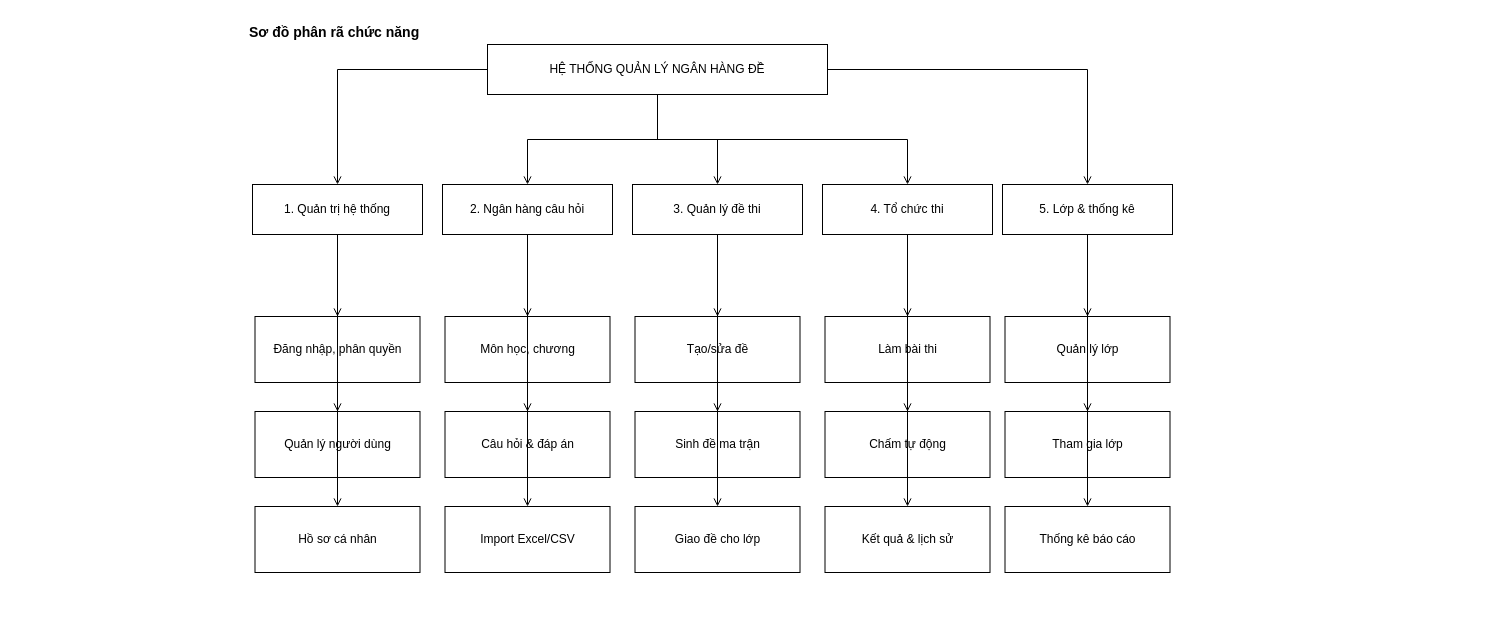
Earlier version of the draw.io diagram So_do_LVTN/02_So_do_phan_ra_chuc_nang.drawio (Librainterntolive/LVTN_NGANHANGDE). Source tidied: cells renumbered, new cells numbered last; positions are measured from the earlier drawing's top-left corner, leaving out a move shared by most shapes. Both pictures are drawn from the tidied source at 100%, with x=0, y=0 at pixel (247, 17).
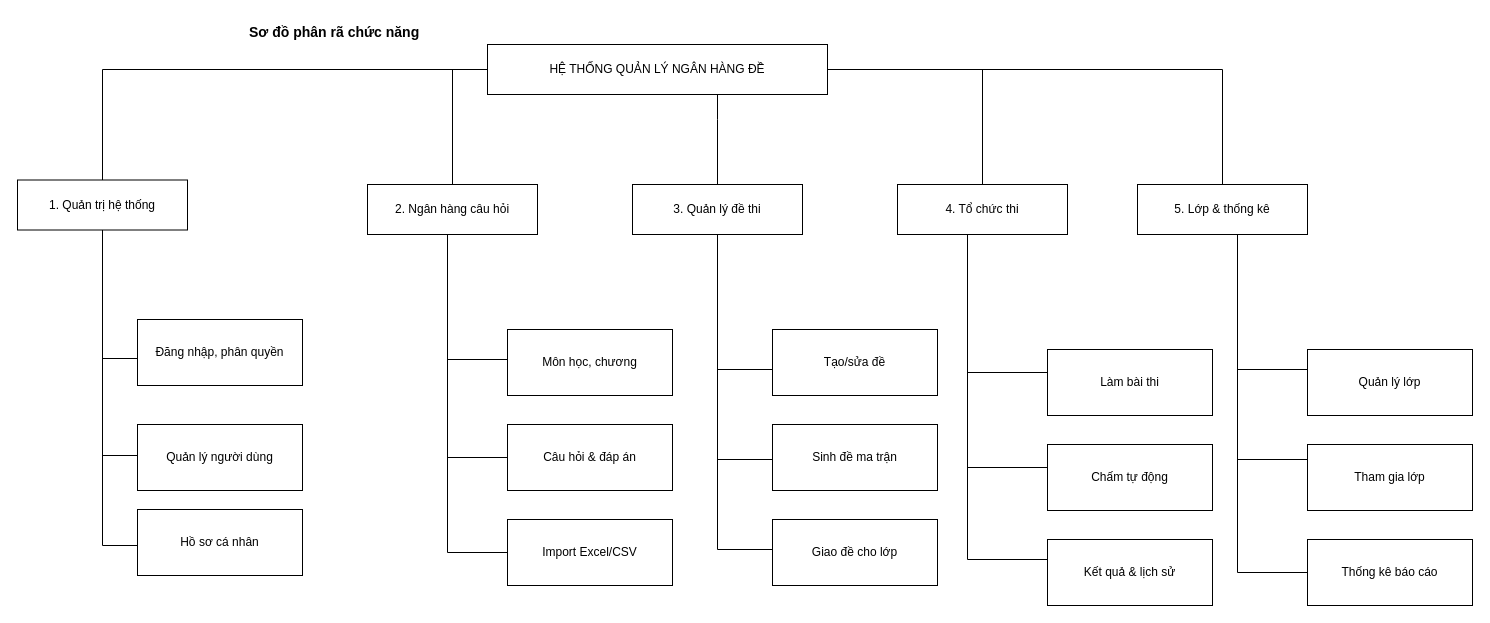
The same diagram, later.

The change refers to these unchanged cells:
```xml
<mxCell id="3" value="HỆ THỐNG QUẢN LÝ NGÂN HÀNG ĐỀ" style="rounded=0;whiteSpace=wrap;html=1;fillColor=none;" parent="1" vertex="1">
  <mxGeometry x="240" y="27" width="340" height="50" as="geometry" />
</mxCell>
<mxCell id="6" value="3. Quản lý đề thi" style="rounded=0;whiteSpace=wrap;html=1;fillColor=none;" parent="1" vertex="1">
  <mxGeometry x="385" y="167" width="170" height="50" as="geometry" />
</mxCell>
```

Diff of the diagram source:
```diff
@@
     <mxCell id="4" value="1. Quản trị hệ thống" style="rounded=0;whiteSpace=wrap;html=1;fillColor=none;" parent="1" vertex="1">
-      <mxGeometry x="5" y="167" width="170" height="50" as="geometry" />
+      <mxGeometry x="-230" y="162.5" width="170" height="50" as="geometry" />
     </mxCell>
     <mxCell id="5" value="2. Ngân hàng câu hỏi" style="rounded=0;whiteSpace=wrap;html=1;fillColor=none;" parent="1" vertex="1">
-      <mxGeometry x="195" y="167" width="170" height="50" as="geometry" />
+      <mxGeometry x="120" y="167" width="170" height="50" as="geometry" />
     </mxCell>
@@
     <mxCell id="7" value="4. Tổ chức thi" style="rounded=0;whiteSpace=wrap;html=1;fillColor=none;" parent="1" vertex="1">
-      <mxGeometry x="575" y="167" width="170" height="50" as="geometry" />
+      <mxGeometry x="650" y="167" width="170" height="50" as="geometry" />
     </mxCell>
     <mxCell id="8" value="5. Lớp &amp; thống kê" style="rounded=0;whiteSpace=wrap;html=1;fillColor=none;" parent="1" vertex="1">
-      <mxGeometry x="755" y="167" width="170" height="50" as="geometry" />
+      <mxGeometry x="890" y="167" width="170" height="50" as="geometry" />
     </mxCell>
     <mxCell id="9" value="Đăng nhập, phân quyền" style="rounded=0;whiteSpace=wrap;html=1;fillColor=none;" parent="1" vertex="1">
-      <mxGeometry x="7.5" y="299" width="165" height="66" as="geometry" />
+      <mxGeometry x="-110" y="302" width="165" height="66" as="geometry" />
     </mxCell>
     <mxCell id="10" value="Quản lý người dùng" style="rounded=0;whiteSpace=wrap;html=1;fillColor=none;" parent="1" vertex="1">
-      <mxGeometry x="7.5" y="394" width="165" height="66" as="geometry" />
+      <mxGeometry x="-110" y="407" width="165" height="66" as="geometry" />
     </mxCell>
     <mxCell id="11" value="Hồ sơ cá nhân" style="rounded=0;whiteSpace=wrap;html=1;fillColor=none;" parent="1" vertex="1">
-      <mxGeometry x="7.5" y="489" width="165" height="66" as="geometry" />
+      <mxGeometry x="-110" y="492" width="165" height="66" as="geometry" />
     </mxCell>
     <mxCell id="12" value="Môn học, chương" style="rounded=0;whiteSpace=wrap;html=1;fillColor=none;" parent="1" vertex="1">
-      <mxGeometry x="197.5" y="299" width="165" height="66" as="geometry" />
+      <mxGeometry x="260" y="312" width="165" height="66" as="geometry" />
     </mxCell>
     <mxCell id="13" value="Câu hỏi &amp; đáp án" style="rounded=0;whiteSpace=wrap;html=1;fillColor=none;" parent="1" vertex="1">
-      <mxGeometry x="197.5" y="394" width="165" height="66" as="geometry" />
+      <mxGeometry x="260" y="407" width="165" height="66" as="geometry" />
     </mxCell>
     <mxCell id="14" value="Import Excel/CSV" style="rounded=0;whiteSpace=wrap;html=1;fillColor=none;" parent="1" vertex="1">
-      <mxGeometry x="197.5" y="489" width="165" height="66" as="geometry" />
+      <mxGeometry x="260" y="502" width="165" height="66" as="geometry" />
     </mxCell>
     <mxCell id="15" value="Tạo/sửa đề" style="rounded=0;whiteSpace=wrap;html=1;fillColor=none;" parent="1" vertex="1">
-      <mxGeometry x="387.5" y="299" width="165" height="66" as="geometry" />
+      <mxGeometry x="525" y="312" width="165" height="66" as="geometry" />
     </mxCell>
     <mxCell id="16" value="Sinh đề ma trận" style="rounded=0;whiteSpace=wrap;html=1;fillColor=none;" parent="1" vertex="1">
-      <mxGeometry x="387.5" y="394" width="165" height="66" as="geometry" />
+      <mxGeometry x="525" y="407" width="165" height="66" as="geometry" />
     </mxCell>
     <mxCell id="17" value="Giao đề cho lớp" style="rounded=0;whiteSpace=wrap;html=1;fillColor=none;" parent="1" vertex="1">
-      <mxGeometry x="387.5" y="489" width="165" height="66" as="geometry" />
+      <mxGeometry x="525" y="502" width="165" height="66" as="geometry" />
     </mxCell>
     <mxCell id="18" value="Làm bài thi" style="rounded=0;whiteSpace=wrap;html=1;fillColor=none;" parent="1" vertex="1">
-      <mxGeometry x="577.5" y="299" width="165" height="66" as="geometry" />
+      <mxGeometry x="800" y="332" width="165" height="66" as="geometry" />
     </mxCell>
     <mxCell id="19" value="Chấm tự động" style="rounded=0;whiteSpace=wrap;html=1;fillColor=none;" parent="1" vertex="1">
-      <mxGeometry x="577.5" y="394" width="165" height="66" as="geometry" />
+      <mxGeometry x="800" y="427" width="165" height="66" as="geometry" />
     </mxCell>
     <mxCell id="20" value="Kết quả &amp; lịch sử" style="rounded=0;whiteSpace=wrap;html=1;fillColor=none;" parent="1" vertex="1">
-      <mxGeometry x="577.5" y="489" width="165" height="66" as="geometry" />
+      <mxGeometry x="800" y="522" width="165" height="66" as="geometry" />
     </mxCell>
     <mxCell id="21" value="Quản lý lớp" style="rounded=0;whiteSpace=wrap;html=1;fillColor=none;" parent="1" vertex="1">
-      <mxGeometry x="757.5" y="299" width="165" height="66" as="geometry" />
+      <mxGeometry x="1060" y="332" width="165" height="66" as="geometry" />
     </mxCell>
     <mxCell id="22" value="Tham gia lớp" style="rounded=0;whiteSpace=wrap;html=1;fillColor=none;" parent="1" vertex="1">
-      <mxGeometry x="757.5" y="394" width="165" height="66" as="geometry" />
+      <mxGeometry x="1060" y="427" width="165" height="66" as="geometry" />
     </mxCell>
     <mxCell id="23" value="Thống kê báo cáo" style="rounded=0;whiteSpace=wrap;html=1;fillColor=none;" parent="1" vertex="1">
-      <mxGeometry x="757.5" y="489" width="165" height="66" as="geometry" />
+      <mxGeometry x="1060" y="522" width="165" height="66" as="geometry" />
     </mxCell>
-    <mxCell id="24" style="endArrow=open;html=1;edgeStyle=orthogonalEdgeStyle;rounded=0;" parent="1" edge="1" source="3" target="4">
+    <mxCell id="24" style="endArrow=none;html=1;edgeStyle=orthogonalEdgeStyle;rounded=0;endFill=0;" parent="1" edge="1" source="3" target="4">
       <mxGeometry relative="1" as="geometry" />
     </mxCell>
-    <mxCell id="25" style="endArrow=open;html=1;edgeStyle=orthogonalEdgeStyle;rounded=0;" parent="1" edge="1" source="3" target="5">
-      <mxGeometry relative="1" as="geometry" />
+    <mxCell id="25" style="endArrow=none;html=1;edgeStyle=orthogonalEdgeStyle;rounded=0;endFill=0;" parent="1" edge="1" source="3" target="5">
+      <mxGeometry relative="1" as="geometry">
+        <Array as="points">
+          <mxPoint x="205" y="52" />
+        </Array>
+      </mxGeometry>
     </mxCell>
-    <mxCell id="26" style="endArrow=open;html=1;edgeStyle=orthogonalEdgeStyle;rounded=0;" parent="1" edge="1" source="3" target="6">
-      <mxGeometry relative="1" as="geometry" />
+    <mxCell id="26" style="endArrow=none;html=1;edgeStyle=orthogonalEdgeStyle;rounded=0;endFill=0;" parent="1" edge="1" source="3" target="6">
+      <mxGeometry relative="1" as="geometry">
+        <Array as="points">
+          <mxPoint x="470" y="102" />
+          <mxPoint x="470" y="102" />
+        </Array>
+      </mxGeometry>
     </mxCell>
-    <mxCell id="27" style="endArrow=open;html=1;edgeStyle=orthogonalEdgeStyle;rounded=0;" parent="1" edge="1" source="3" target="7">
+    <mxCell id="27" style="endArrow=none;html=1;edgeStyle=orthogonalEdgeStyle;rounded=0;endFill=0;" parent="1" edge="1" source="3" target="7">
       <mxGeometry relative="1" as="geometry" />
     </mxCell>
-    <mxCell id="28" style="endArrow=open;html=1;edgeStyle=orthogonalEdgeStyle;rounded=0;" parent="1" edge="1" source="3" target="8">
+    <mxCell id="28" style="endArrow=none;html=1;edgeStyle=orthogonalEdgeStyle;rounded=0;endFill=0;" parent="1" edge="1" source="3" target="8">
       <mxGeometry relative="1" as="geometry" />
     </mxCell>
-    <mxCell id="29" style="endArrow=open;html=1;edgeStyle=orthogonalEdgeStyle;rounded=0;" parent="1" edge="1" source="4" target="9">
-      <mxGeometry relative="1" as="geometry" />
+    <mxCell id="29" style="endArrow=none;html=1;edgeStyle=orthogonalEdgeStyle;rounded=0;entryX=0;entryY=0.5;entryDx=0;entryDy=0;endFill=0;" parent="1" edge="1" source="4" target="9">
+      <mxGeometry relative="1" as="geometry">
+        <Array as="points">
+          <mxPoint x="-145" y="341" />
+          <mxPoint x="-110" y="341" />
+        </Array>
+      </mxGeometry>
     </mxCell>
-    <mxCell id="30" style="endArrow=open;html=1;edgeStyle=orthogonalEdgeStyle;rounded=0;" parent="1" edge="1" source="4" target="10">
-      <mxGeometry relative="1" as="geometry" />
+    <mxCell id="30" style="endArrow=none;html=1;edgeStyle=orthogonalEdgeStyle;rounded=0;entryX=0;entryY=0.5;entryDx=0;entryDy=0;endFill=0;" parent="1" edge="1" source="4" target="10">
+      <mxGeometry relative="1" as="geometry">
+        <Array as="points">
+          <mxPoint x="-145" y="438" />
+          <mxPoint x="-110" y="438" />
+        </Array>
+      </mxGeometry>
     </mxCell>
-    <mxCell id="31" style="endArrow=open;html=1;edgeStyle=orthogonalEdgeStyle;rounded=0;" parent="1" edge="1" source="4" target="11">
-      <mxGeometry relative="1" as="geometry" />
+    <mxCell id="31" style="endArrow=none;html=1;edgeStyle=orthogonalEdgeStyle;rounded=0;entryX=0;entryY=0.5;entryDx=0;entryDy=0;endFill=0;" parent="1" edge="1" source="4" target="11">
+      <mxGeometry relative="1" as="geometry">
+        <Array as="points">
+          <mxPoint x="-145" y="528" />
+          <mxPoint x="-110" y="528" />
+        </Array>
+      </mxGeometry>
     </mxCell>
-    <mxCell id="32" style="endArrow=open;html=1;edgeStyle=orthogonalEdgeStyle;rounded=0;" parent="1" edge="1" source="5" target="12">
-      <mxGeometry relative="1" as="geometry" />
+    <mxCell id="32" style="endArrow=none;html=1;edgeStyle=orthogonalEdgeStyle;rounded=0;endFill=0;" parent="1" edge="1" source="5" target="12">
+      <mxGeometry relative="1" as="geometry">
+        <Array as="points">
+          <mxPoint x="200" y="342" />
+        </Array>
+      </mxGeometry>
     </mxCell>
-    <mxCell id="33" style="endArrow=open;html=1;edgeStyle=orthogonalEdgeStyle;rounded=0;" parent="1" edge="1" source="5" target="13">
-      <mxGeometry relative="1" as="geometry" />
+    <mxCell id="33" style="endArrow=none;html=1;edgeStyle=orthogonalEdgeStyle;rounded=0;endFill=0;" parent="1" edge="1" source="5" target="13">
+      <mxGeometry relative="1" as="geometry">
+        <Array as="points">
+          <mxPoint x="200" y="440" />
+        </Array>
+      </mxGeometry>
     </mxCell>
-    <mxCell id="34" style="endArrow=open;html=1;edgeStyle=orthogonalEdgeStyle;rounded=0;" parent="1" edge="1" source="5" target="14">
-      <mxGeometry relative="1" as="geometry" />
+    <mxCell id="34" style="endArrow=none;html=1;edgeStyle=orthogonalEdgeStyle;rounded=0;endFill=0;" parent="1" edge="1" source="5" target="14">
+      <mxGeometry relative="1" as="geometry">
+        <Array as="points">
+          <mxPoint x="200" y="535" />
+        </Array>
+      </mxGeometry>
     </mxCell>
-    <mxCell id="35" style="endArrow=open;html=1;edgeStyle=orthogonalEdgeStyle;rounded=0;" parent="1" edge="1" source="6" target="15">
-      <mxGeometry relative="1" as="geometry" />
+    <mxCell id="35" style="endArrow=none;html=1;edgeStyle=orthogonalEdgeStyle;rounded=0;endFill=0;" parent="1" edge="1" source="6" target="15">
+      <mxGeometry relative="1" as="geometry">
+        <Array as="points">
+          <mxPoint x="470" y="352" />
+        </Array>
+      </mxGeometry>
     </mxCell>
-    <mxCell id="36" style="endArrow=open;html=1;edgeStyle=orthogonalEdgeStyle;rounded=0;" parent="1" edge="1" source="6" target="16">
-      <mxGeometry relative="1" as="geometry" />
+    <mxCell id="36" style="endArrow=none;html=1;edgeStyle=orthogonalEdgeStyle;rounded=0;endFill=0;" parent="1" edge="1" source="6" target="16">
+      <mxGeometry relative="1" as="geometry">
+        <Array as="points">
+          <mxPoint x="470" y="442" />
+        </Array>
+      </mxGeometry>
     </mxCell>
-    <mxCell id="37" style="endArrow=open;html=1;edgeStyle=orthogonalEdgeStyle;rounded=0;" parent="1" edge="1" source="6" target="17">
-      <mxGeometry relative="1" as="geometry" />
+    <mxCell id="37" style="endArrow=none;html=1;edgeStyle=orthogonalEdgeStyle;rounded=0;endFill=0;" parent="1" edge="1" source="6" target="17">
+      <mxGeometry relative="1" as="geometry">
+        <Array as="points">
+          <mxPoint x="470" y="532" />
+        </Array>
+      </mxGeometry>
     </mxCell>
-    <mxCell id="38" style="endArrow=open;html=1;edgeStyle=orthogonalEdgeStyle;rounded=0;" parent="1" edge="1" source="7" target="18">
-      <mxGeometry relative="1" as="geometry" />
+    <mxCell id="38" style="endArrow=none;html=1;edgeStyle=orthogonalEdgeStyle;rounded=0;endFill=0;" parent="1" edge="1" source="7" target="18">
+      <mxGeometry relative="1" as="geometry">
+        <Array as="points">
+          <mxPoint x="720" y="355" />
+        </Array>
+      </mxGeometry>
     </mxCell>
-    <mxCell id="39" style="endArrow=open;html=1;edgeStyle=orthogonalEdgeStyle;rounded=0;" parent="1" edge="1" source="7" target="19">
-      <mxGeometry relative="1" as="geometry" />
+    <mxCell id="39" style="endArrow=none;html=1;edgeStyle=orthogonalEdgeStyle;rounded=0;endFill=0;" parent="1" edge="1" source="7" target="19">
+      <mxGeometry relative="1" as="geometry">
+        <Array as="points">
+          <mxPoint x="720" y="450" />
+        </Array>
+      </mxGeometry>
     </mxCell>
-    <mxCell id="40" style="endArrow=open;html=1;edgeStyle=orthogonalEdgeStyle;rounded=0;" parent="1" edge="1" source="7" target="20">
-      <mxGeometry relative="1" as="geometry" />
+    <mxCell id="40" style="endArrow=none;html=1;edgeStyle=orthogonalEdgeStyle;rounded=0;endFill=0;" parent="1" edge="1" source="7" target="20">
+      <mxGeometry relative="1" as="geometry">
+        <Array as="points">
+          <mxPoint x="720" y="542" />
+        </Array>
+      </mxGeometry>
     </mxCell>
-    <mxCell id="41" style="endArrow=open;html=1;edgeStyle=orthogonalEdgeStyle;rounded=0;" parent="1" edge="1" source="8" target="21">
-      <mxGeometry relative="1" as="geometry" />
+    <mxCell id="41" style="endArrow=none;html=1;edgeStyle=orthogonalEdgeStyle;rounded=0;endFill=0;" parent="1" edge="1" source="8" target="21">
+      <mxGeometry relative="1" as="geometry">
+        <Array as="points">
+          <mxPoint x="990" y="352" />
+        </Array>
+      </mxGeometry>
     </mxCell>
-    <mxCell id="42" style="endArrow=open;html=1;edgeStyle=orthogonalEdgeStyle;rounded=0;" parent="1" edge="1" source="8" target="22">
-      <mxGeometry relative="1" as="geometry" />
+    <mxCell id="42" style="endArrow=none;html=1;edgeStyle=orthogonalEdgeStyle;rounded=0;endFill=0;" parent="1" edge="1" source="8" target="22">
+      <mxGeometry relative="1" as="geometry">
+        <Array as="points">
+          <mxPoint x="990" y="442" />
+        </Array>
+      </mxGeometry>
     </mxCell>
-    <mxCell id="43" style="endArrow=open;html=1;edgeStyle=orthogonalEdgeStyle;rounded=0;" parent="1" edge="1" source="8" target="23">
-      <mxGeometry relative="1" as="geometry" />
+    <mxCell id="43" style="endArrow=none;html=1;edgeStyle=orthogonalEdgeStyle;rounded=0;endFill=0;" parent="1" edge="1" source="8" target="23">
+      <mxGeometry relative="1" as="geometry">
+        <Array as="points">
+          <mxPoint x="990" y="382" />
+          <mxPoint x="990" y="382" />
+        </Array>
+      </mxGeometry>
     </mxCell>
```
